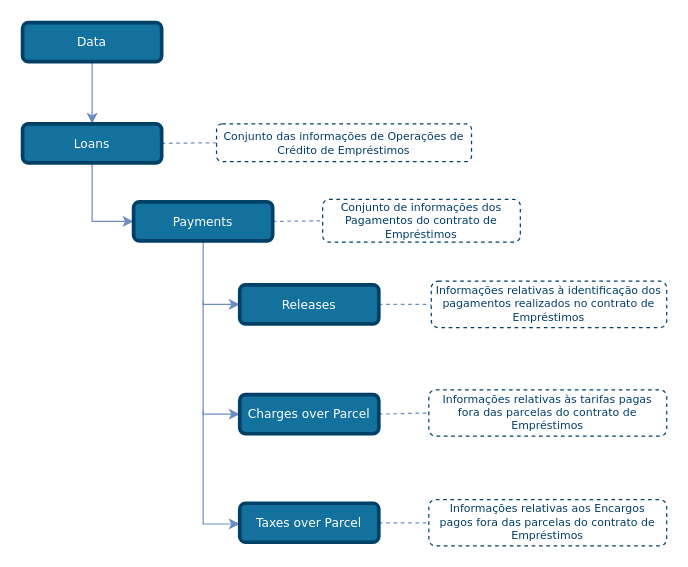
OpenBanking-Brasil/areadesenvolvedor keeps this draw.io diagram as draw_io_diagrams/loans/TLD_Loans_Payments.drawio. Above is the earlier version. Source tidied: cells renumbered, new cells numbered last; positions are measured from the earlier drawing's top-left corner, leaving out a move shared by most shapes. Both pictures are drawn from the tidied source at 122%, with x=0, y=0 at pixel (22, 22).
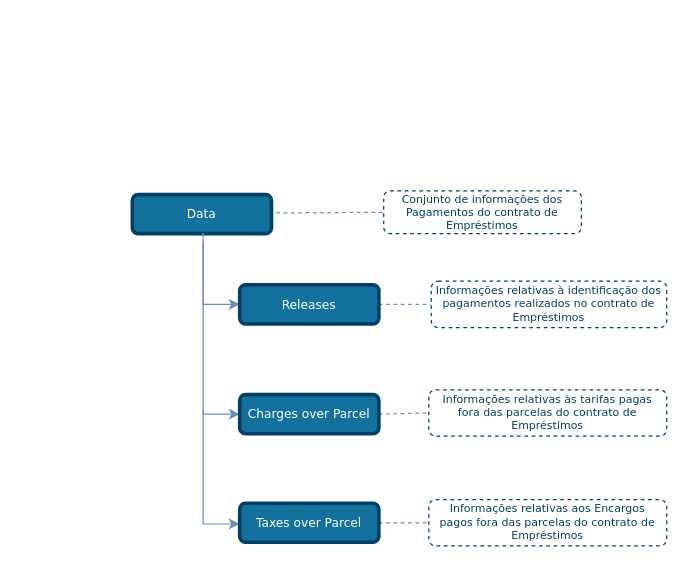
The same diagram, later.

The change refers to these unchanged cells:
```xml
<mxCell id="14" value="Releases" style="rounded=1;whiteSpace=wrap;html=1;comic=0;shadow=0;backgroundOutline=0;snapToPoint=0;fixDash=0;strokeWidth=3;fontFamily=Verdana;fontStyle=0;labelBackgroundColor=none;labelBorderColor=none;fontSize=10;fillColor=#13719E;strokeColor=#003F66;fontColor=#ffffff;" parent="1" vertex="1">
  <mxGeometry x="178" y="215" width="114" height="32" as="geometry" />
</mxCell>
```

Change to the diagram source:
```diff
@@
-    <mxCell id="2" style="edgeStyle=none;rounded=1;jettySize=auto;html=1;entryX=0;entryY=0.5;entryDx=0;entryDy=0;dashed=1;endArrow=none;endFill=0;endSize=6;strokeColor=#6C8EBF;exitX=1;exitY=0.5;exitDx=0;exitDy=0;" parent="1" edge="1" source="13" target="8">
-      <mxGeometry relative="1" as="geometry" />
+    <mxCell id="2" style="edgeStyle=none;rounded=1;jettySize=auto;html=1;entryX=0;entryY=0.5;entryDx=0;entryDy=0;dashed=1;endArrow=none;endFill=0;endSize=6;strokeColor=#6C8EBF;" parent="1" edge="1" target="8">
+      <mxGeometry relative="1" as="geometry">
+        <mxPoint x="208" y="156" as="sourcePoint" />
+      </mxGeometry>
     </mxCell>
-    <mxCell id="3" style="edgeStyle=orthogonalEdgeStyle;rounded=0;jettySize=auto;html=1;entryX=0.5;entryY=0;entryDx=0;entryDy=0;endSize=6;fillColor=#dae8fc;strokeColor=#6c8ebf;comic=0;shadow=0;backgroundOutline=0;snapToPoint=0;fixDash=0;endArrow=classic;endFill=1;exitX=0.5;exitY=1;exitDx=0;exitDy=0;" parent="1" edge="1" source="12" target="6">
-      <mxGeometry relative="1" as="geometry" />
-    </mxCell>
-    <mxCell id="4" style="edgeStyle=orthogonalEdgeStyle;rounded=0;jettySize=auto;html=1;exitX=0.5;exitY=1;exitDx=0;exitDy=0;entryX=0;entryY=0.5;entryDx=0;entryDy=0;strokeColor=#6C8EBF;endArrow=classic;endFill=1;" parent="1" edge="1" source="6" target="13">
-      <mxGeometry relative="1" as="geometry" />
-    </mxCell>
-    <mxCell id="5" style="edgeStyle=none;rounded=1;jettySize=auto;html=1;exitX=1;exitY=0.5;exitDx=0;exitDy=0;entryX=0;entryY=0.5;entryDx=0;entryDy=0;dashed=1;endArrow=none;endFill=0;endSize=6;strokeColor=#6C8EBF;" parent="1" edge="1" source="6" target="7">
-      <mxGeometry relative="1" as="geometry" />
-    </mxCell>
-    <mxCell id="6" value="Loans" style="rounded=1;whiteSpace=wrap;html=1;comic=0;shadow=0;backgroundOutline=0;snapToPoint=0;fixDash=0;strokeWidth=3;fontFamily=Verdana;fontStyle=0;labelBackgroundColor=none;labelBorderColor=none;fontSize=10;fillColor=#13719E;strokeColor=#003F66;fontColor=#ffffff;" parent="1" vertex="1">
-      <mxGeometry y="83" width="114" height="32" as="geometry" />
-    </mxCell>
-    <mxCell id="7" value="&lt;font style=&quot;font-size: 9px&quot;&gt;Conjunto das informações de Operações de Crédito de Empréstimos&lt;/font&gt;" style="rounded=1;whiteSpace=wrap;html=1;shadow=0;comic=0;strokeColor=#003F66;strokeWidth=1;fillColor=#ffffff;fontFamily=Verdana;fontSize=9;fontColor=#003F66;dashed=1;spacingLeft=5;spacing=0;spacingRight=5;spacingBottom=5;spacingTop=5;align=center;verticalAlign=middle;gradientColor=#ffffff;" parent="1" vertex="1">
-      <mxGeometry x="159" y="83" width="209" height="31" as="geometry" />
-    </mxCell>
     <mxCell id="8" value="&lt;font style=&quot;font-size: 9px&quot;&gt;Conjunto de informações dos Pagamentos do contrato de Empréstimos&lt;/font&gt;" style="rounded=1;whiteSpace=wrap;html=1;shadow=0;comic=0;strokeColor=#003F66;strokeWidth=1;fillColor=#ffffff;fontFamily=Verdana;fontSize=9;fontColor=#003F66;dashed=1;spacingLeft=5;spacing=0;spacingRight=5;spacingBottom=5;spacingTop=5;align=center;verticalAlign=middle;gradientColor=#ffffff;" parent="1" vertex="1">
-      <mxGeometry x="246" y="145" width="162" height="35" as="geometry" />
+      <mxGeometry x="296" y="138" width="162" height="35" as="geometry" />
     </mxCell>
@@
-    <mxCell id="11" style="edgeStyle=orthogonalEdgeStyle;rounded=0;jettySize=auto;html=1;exitX=0.5;exitY=1;exitDx=0;exitDy=0;entryX=0;entryY=0.5;entryDx=0;entryDy=0;strokeColor=#6C8EBF;endArrow=classic;endFill=1;" parent="1" edge="1" source="13" target="14">
-      <mxGeometry relative="1" as="geometry" />
+    <mxCell id="11" style="edgeStyle=orthogonalEdgeStyle;rounded=0;jettySize=auto;html=1;exitX=0.5;exitY=1;exitDx=0;exitDy=0;entryX=0;entryY=0.5;entryDx=0;entryDy=0;strokeColor=#6C8EBF;endArrow=classic;endFill=1;" parent="1" edge="1" target="14">
+      <mxGeometry relative="1" as="geometry">
+        <mxPoint x="148" y="179" as="sourcePoint" />
+        <Array as="points">
+          <mxPoint x="148" y="231" />
+        </Array>
+      </mxGeometry>
     </mxCell>
     <mxCell id="12" value="Data" style="rounded=1;whiteSpace=wrap;html=1;comic=0;shadow=0;backgroundOutline=0;snapToPoint=0;fixDash=0;strokeWidth=3;fontFamily=Verdana;fontStyle=0;labelBackgroundColor=none;labelBorderColor=none;fontSize=10;fillColor=#13719E;strokeColor=#003F66;fontColor=#ffffff;" parent="1" vertex="1">
-      <mxGeometry width="114" height="32" as="geometry" />
+      <mxGeometry x="90" y="141" width="114" height="32" as="geometry" />
     </mxCell>
-    <mxCell id="13" value="Payments" style="rounded=1;whiteSpace=wrap;html=1;comic=0;shadow=0;backgroundOutline=0;snapToPoint=0;fixDash=0;strokeWidth=3;fontFamily=Verdana;fontStyle=0;labelBackgroundColor=none;labelBorderColor=none;fontSize=10;fillColor=#13719E;strokeColor=#003F66;fontColor=#ffffff;" parent="1" vertex="1">
-      <mxGeometry x="91" y="147" width="114" height="32" as="geometry" />
-    </mxCell>
@@
-    <mxCell id="17" style="edgeStyle=orthogonalEdgeStyle;rounded=0;orthogonalLoop=1;jettySize=auto;html=1;strokeColor=#6C8EBF;endArrow=classic;endFill=1;" parent="1" edge="1">
+    <mxCell id="17" style="edgeStyle=orthogonalEdgeStyle;rounded=0;jettySize=auto;html=1;strokeColor=#6C8EBF;endArrow=classic;endFill=1;exitX=0.5;exitY=1;exitDx=0;exitDy=0;" parent="1" edge="1" source="12">
       <mxGeometry relative="1" as="geometry">
-        <mxPoint x="148" y="228" as="sourcePoint" />
         <mxPoint x="178" y="321" as="targetPoint" />
         <Array as="points">
+          <mxPoint x="148" y="173" />
           <mxPoint x="148" y="321" />
         </Array>
       </mxGeometry>
     </mxCell>
```
